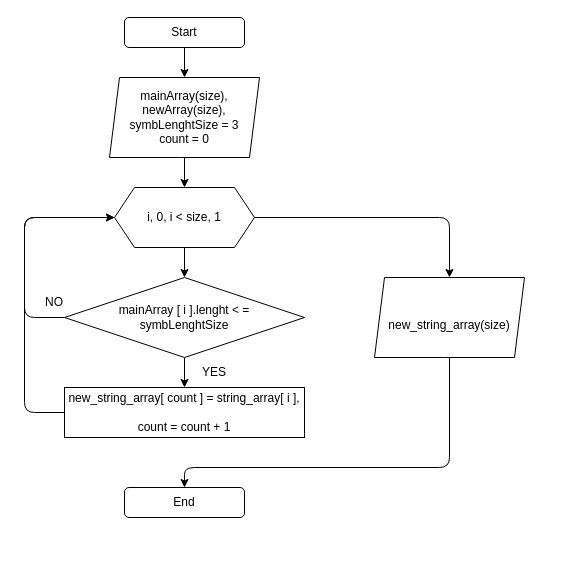
Earlier version of the draw.io diagram blockdiagram.drawio (AlekseyFursenko/TEST_1quarter). Source tidied: cells renumbered, new cells numbered last; positions are measured from the earlier drawing's top-left corner, leaving out a move shared by most shapes. Both pictures are drawn from the tidied source at 100%, with x=0, y=0 at pixel (24, 17).
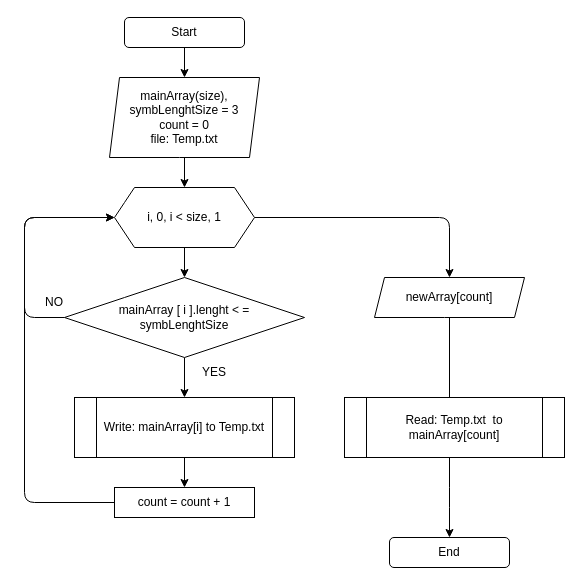
The same page after the edit.

Commit message:
block diagram corrected

The change refers to these unchanged cells:
```xml
<mxCell id="8" value="i, 0, i &amp;lt; size, 1" style="shape=hexagon;perimeter=hexagonPerimeter2;whiteSpace=wrap;html=1;fixedSize=1;rounded=1;arcSize=0;" parent="1" vertex="1">
  <mxGeometry x="90" y="170" width="140" height="60" as="geometry" />
</mxCell>
<mxCell id="11" value="&lt;span&gt;mainArray [ i ].lenght &amp;lt; =&lt;/span&gt;&lt;br&gt;&lt;span&gt;symbLenghtSize&lt;/span&gt;" style="rhombus;whiteSpace=wrap;html=1;rounded=1;arcSize=0;" parent="1" vertex="1">
  <mxGeometry x="40" y="260" width="240" height="80" as="geometry" />
</mxCell>
```

What changed in the source:
```diff
@@
-    <mxCell id="5" value="mainArray(size),&lt;br&gt;newArray(size),&lt;br&gt;symbLenghtSize = 3&lt;br&gt;count = 0" style="shape=parallelogram;perimeter=parallelogramPerimeter;whiteSpace=wrap;html=1;fixedSize=1;rounded=1;size=10;arcSize=0;" parent="1" vertex="1">
+    <mxCell id="5" value="mainArray(size),&lt;br&gt;symbLenghtSize = 3&lt;br&gt;count = 0&lt;br&gt;file: Temp.txt" style="shape=parallelogram;perimeter=parallelogramPerimeter;whiteSpace=wrap;html=1;fixedSize=1;rounded=1;size=10;arcSize=0;" parent="1" vertex="1">
       <mxGeometry x="85" y="60" width="150" height="80" as="geometry" />
     </mxCell>
@@
-    <mxCell id="9" style="edgeStyle=none;html=1;" parent="1" edge="1" source="11" target="13">
+    <mxCell id="9" style="edgeStyle=none;html=1;entryX=0.5;entryY=0;entryDx=0;entryDy=0;" parent="1" edge="1" source="11" target="20">
       <mxGeometry relative="1" as="geometry" />
     </mxCell>
@@
     <mxCell id="12" style="edgeStyle=none;html=1;exitX=0;exitY=0.5;exitDx=0;exitDy=0;entryX=0;entryY=0.5;entryDx=0;entryDy=0;" parent="1" edge="1" source="13" target="8">
       <mxGeometry relative="1" as="geometry">
         <Array as="points">
-          <mxPoint y="395" />
+          <mxPoint y="485" />
           <mxPoint y="200" />
         </Array>
       </mxGeometry>
     </mxCell>
-    <mxCell id="13" value="&lt;span&gt;new_string_array[ count ] =&amp;nbsp;&lt;/span&gt;string_array[ i ],&lt;br&gt;&lt;br&gt;count = count + 1" style="whiteSpace=wrap;html=1;rounded=1;arcSize=0;" parent="1" vertex="1">
-      <mxGeometry x="40" y="370" width="240" height="50" as="geometry" />
+    <mxCell id="13" value="count = count + 1" style="whiteSpace=wrap;html=1;rounded=1;arcSize=0;" parent="1" vertex="1">
+      <mxGeometry x="90" y="470" width="140" height="30" as="geometry" />
     </mxCell>
@@
     <mxCell id="16" style="edgeStyle=none;html=1;entryX=0.5;entryY=0;entryDx=0;entryDy=0;" parent="1" edge="1" source="17" target="18">
       <mxGeometry relative="1" as="geometry">
         <Array as="points">
-          <mxPoint x="425" y="450" />
-          <mxPoint x="160" y="450" />
+          <mxPoint x="425" y="480" />
         </Array>
       </mxGeometry>
     </mxCell>
-    <mxCell id="17" value="&lt;br&gt;new_string_array(size)" style="shape=parallelogram;perimeter=parallelogramPerimeter;whiteSpace=wrap;html=1;fixedSize=1;rounded=1;size=10;arcSize=0;" parent="1" vertex="1">
-      <mxGeometry x="350" y="260" width="150" height="80" as="geometry" />
+    <mxCell id="17" value="newArray[count]" style="shape=parallelogram;perimeter=parallelogramPerimeter;whiteSpace=wrap;html=1;fixedSize=1;rounded=1;size=10;arcSize=0;" parent="1" vertex="1">
+      <mxGeometry x="350" y="260" width="150" height="40" as="geometry" />
     </mxCell>
     <mxCell id="18" value="End" style="rounded=1;whiteSpace=wrap;html=1;" parent="1" vertex="1">
-      <mxGeometry x="100" y="470" width="120" height="30" as="geometry" />
+      <mxGeometry x="365" y="520" width="120" height="30" as="geometry" />
     </mxCell>
+    <mxCell id="19" style="edgeStyle=none;html=1;" parent="1" edge="1" source="20" target="13">
+      <mxGeometry relative="1" as="geometry" />
+    </mxCell>
+    <mxCell id="20" value="Write: mainArray[i] to Temp.txt" style="shape=process;whiteSpace=wrap;html=1;backgroundOutline=1;" parent="1" vertex="1">
+      <mxGeometry x="50" y="380" width="220" height="60" as="geometry" />
+    </mxCell>
+    <mxCell id="21" value="Read: Temp.txt&amp;nbsp; to mainArray[count]" style="shape=process;whiteSpace=wrap;html=1;backgroundOutline=1;" parent="1" vertex="1">
+      <mxGeometry x="320" y="380" width="220" height="60" as="geometry" />
+    </mxCell>
```
